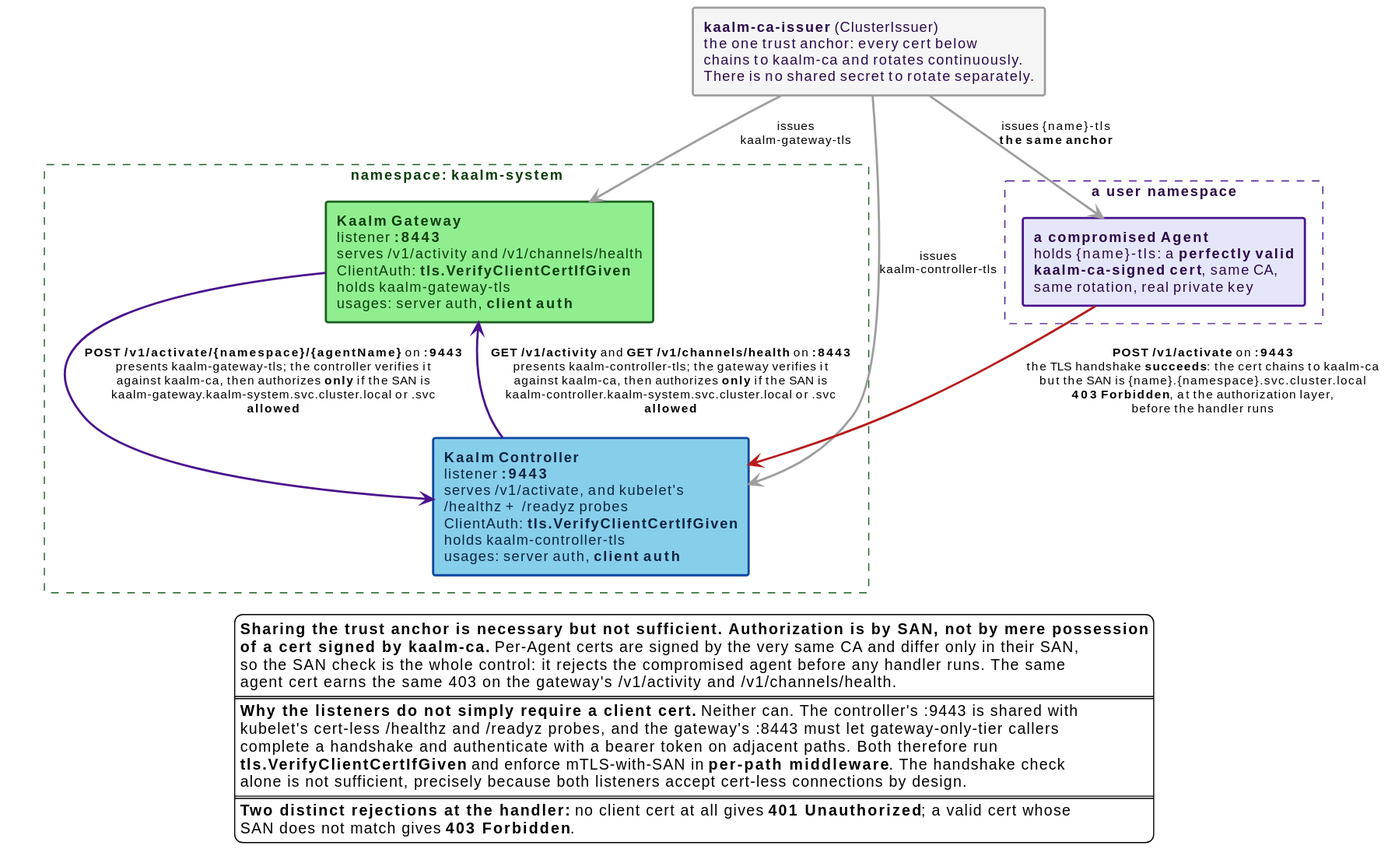
This is docs/src/diagrams/internal-endpoint-san.svg from win07xp/kaalm, a PlantUML export, as it was before one commit. Source of this version:
```plantuml
@startuml
!include _style.puml

skinparam wrapWidth 360
skinparam nodesep 20
skinparam ranksep 40
skinparam rectangle {
  roundCorner 4
}

rectangle "**kaalm-ca-issuer** (ClusterIssuer)\nthe one trust anchor: every cert below\nchains to kaalm-ca and rotates continuously.\nThere is no shared secret to rotate separately." as CA #back:F5F5F5;line:9E9E9E;line.bold;text:2a0a4a

rectangle "namespace: **kaalm-system**" as nssys #line:1B5E20;line.dashed;text:0b3d0b {
  rectangle "**Kaalm Gateway**\nlistener **:8443**\nserves /v1/activity and /v1/channels/health\nClientAuth: **tls.VerifyClientCertIfGiven**\nholds kaalm-gateway-tls\nusages: server auth, **client auth**" as GW #back:90EE90;line:1B5E20;line.bold;text:0b3d0b

  rectangle "**Kaalm Controller**\nlistener **:9443**\nserves /v1/activate, and kubelet's\n/healthz + /readyz probes\nClientAuth: **tls.VerifyClientCertIfGiven**\nholds kaalm-controller-tls\nusages: server auth, **client auth**" as CTRL #back:87CEEB;line:0D47A1;line.bold;text:0a2540
}

rectangle "a user namespace" as nsuser #line:4A148C;line.dashed;text:2a0a4a {
  rectangle "**a compromised Agent**\nholds {name}-tls: a **perfectly valid**\n**kaalm-ca-signed cert**, same CA,\nsame rotation, real private key" as AG #back:E6E6FA;line:4A148C;line.bold;text:2a0a4a
}

CA -[#9E9E9E,bold]-> GW : issues\nkaalm-gateway-tls
CA -[#9E9E9E,bold]-> CTRL : issues\nkaalm-controller-tls
CA -[#9E9E9E,bold]-> AG : issues {name}-tls\n**the same anchor**

GW -[#4A148C,bold]-> CTRL : **POST /v1/activate/{namespace}/{agentName}** on **:9443**\npresents kaalm-gateway-tls; the controller verifies it\nagainst kaalm-ca, then authorizes **only** if the SAN is\nkaalm-gateway.kaalm-system.svc.cluster.local or .svc\n**allowed**

CTRL -[#4A148C,bold]-> GW : **GET /v1/activity** and **GET /v1/channels/health** on **:8443**\npresents kaalm-controller-tls; the gateway verifies it\nagainst kaalm-ca, then authorizes **only** if the SAN is\nkaalm-controller.kaalm-system.svc.cluster.local or .svc\n**allowed**

AG -[#B71C1C,bold]-> CTRL : **POST /v1/activate** on **:9443**\nthe TLS handshake **succeeds**: the cert chains to kaalm-ca\nbut the SAN is {name}.{namespace}.svc.cluster.local\n**403 Forbidden**, at the authorization layer,\nbefore the handler runs

legend bottom
  **Sharing the trust anchor is necessary but not sufficient. Authorization is by SAN, not by mere possession**
  **of a cert signed by kaalm-ca.** Per-Agent certs are signed by the very same CA and differ only in their SAN,
  so the SAN check is the whole control: it rejects the compromised agent before any handler runs. The same
  agent cert earns the same 403 on the gateway's /v1/activity and /v1/channels/health.
  ====
  **Why the listeners do not simply require a client cert.** Neither can. The controller's :9443 is shared with
  kubelet's cert-less /healthz and /readyz probes, and the gateway's :8443 must let gateway-only-tier callers
  complete a handshake and authenticate with a bearer token on adjacent paths. Both therefore run
  **tls.VerifyClientCertIfGiven** and enforce mTLS-with-SAN in **per-path middleware**. The handshake check
  alone is not sufficient, precisely because both listeners accept cert-less connections by design.
  ====
  **Two distinct rejections at the handler:** no client cert at all gives **401 Unauthorized**; a valid cert whose
  SAN does not match gives **403 Forbidden**.
endlegend
@enduml
```
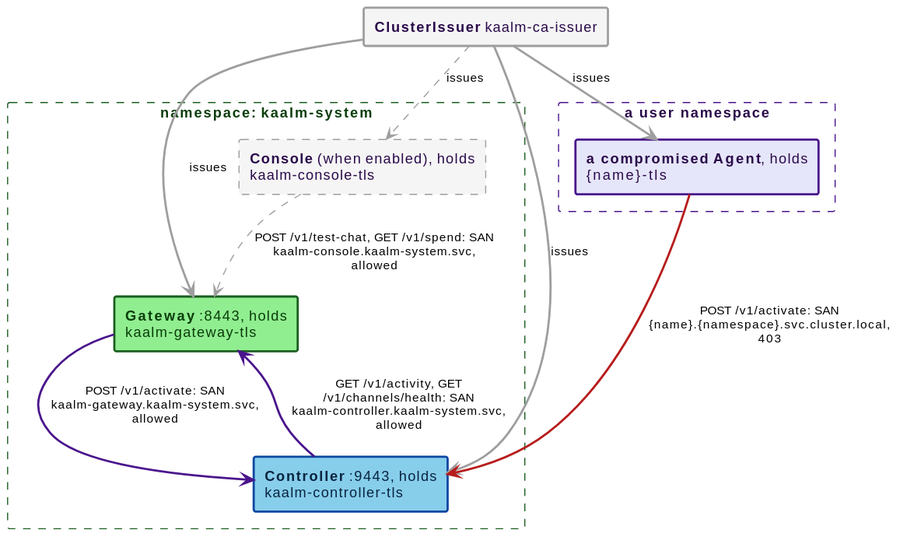
After the change.

What changed in the source:
```diff
@@ -1,48 +1,25 @@
 @startuml
 !include _style.puml
-
-skinparam wrapWidth 360
-skinparam nodesep 20
-skinparam ranksep 40
+skinparam nodesep 24
+skinparam ranksep 44
 skinparam rectangle {
   roundCorner 4
 }
-
-rectangle "**kaalm-ca-issuer** (ClusterIssuer)\nthe one trust anchor: every cert below\nchains to kaalm-ca and rotates continuously.\nThere is no shared secret to rotate separately." as CA #back:F5F5F5;line:9E9E9E;line.bold;text:2a0a4a
-
+rectangle "**ClusterIssuer** kaalm-ca-issuer" as CA #back:F5F5F5;line:9E9E9E;line.bold;text:2a0a4a
 rectangle "namespace: **kaalm-system**" as nssys #line:1B5E20;line.dashed;text:0b3d0b {
-  rectangle "**Kaalm Gateway**\nlistener **:8443**\nserves /v1/activity and /v1/channels/health\nClientAuth: **tls.VerifyClientCertIfGiven**\nholds kaalm-gateway-tls\nusages: server auth, **client auth**" as GW #back:90EE90;line:1B5E20;line.bold;text:0b3d0b
-
-  rectangle "**Kaalm Controller**\nlistener **:9443**\nserves /v1/activate, and kubelet's\n/healthz + /readyz probes\nClientAuth: **tls.VerifyClientCertIfGiven**\nholds kaalm-controller-tls\nusages: server auth, **client auth**" as CTRL #back:87CEEB;line:0D47A1;line.bold;text:0a2540
+  rectangle "**Gateway** :8443, holds kaalm-gateway-tls" as GW #back:90EE90;line:1B5E20;line.bold;text:0b3d0b
+  rectangle "**Controller** :9443, holds kaalm-controller-tls" as CTRL #back:87CEEB;line:0D47A1;line.bold;text:0a2540
+  rectangle "**Console** (when enabled), holds kaalm-console-tls" as CON #back:F5F5F5;line:9E9E9E;line.dashed;text:2a0a4a
 }
-
 rectangle "a user namespace" as nsuser #line:4A148C;line.dashed;text:2a0a4a {
-  rectangle "**a compromised Agent**\nholds {name}-tls: a **perfectly valid**\n**kaalm-ca-signed cert**, same CA,\nsame rotation, real private key" as AG #back:E6E6FA;line:4A148C;line.bold;text:2a0a4a
+  rectangle "**a compromised Agent**, holds {name}-tls" as AG #back:E6E6FA;line:4A148C;line.bold;text:2a0a4a
 }
-
-CA -[#9E9E9E,bold]-> GW : issues\nkaalm-gateway-tls
-CA -[#9E9E9E,bold]-> CTRL : issues\nkaalm-controller-tls
-CA -[#9E9E9E,bold]-> AG : issues {name}-tls\n**the same anchor**
-
-GW -[#4A148C,bold]-> CTRL : **POST /v1/activate/{namespace}/{agentName}** on **:9443**\npresents kaalm-gateway-tls; the controller verifies it\nagainst kaalm-ca, then authorizes **only** if the SAN is\nkaalm-gateway.kaalm-system.svc.cluster.local or .svc\n**allowed**
-
-CTRL -[#4A148C,bold]-> GW : **GET /v1/activity** and **GET /v1/channels/health** on **:8443**\npresents kaalm-controller-tls; the gateway verifies it\nagainst kaalm-ca, then authorizes **only** if the SAN is\nkaalm-controller.kaalm-system.svc.cluster.local or .svc\n**allowed**
-
-AG -[#B71C1C,bold]-> CTRL : **POST /v1/activate** on **:9443**\nthe TLS handshake **succeeds**: the cert chains to kaalm-ca\nbut the SAN is {name}.{namespace}.svc.cluster.local\n**403 Forbidden**, at the authorization layer,\nbefore the handler runs
-
-legend bottom
-  **Sharing the trust anchor is necessary but not sufficient. Authorization is by SAN, not by mere possession**
-  **of a cert signed by kaalm-ca.** Per-Agent certs are signed by the very same CA and differ only in their SAN,
-  so the SAN check is the whole control: it rejects the compromised agent before any handler runs. The same
-  agent cert earns the same 403 on the gateway's /v1/activity and /v1/channels/health.
-  ====
-  **Why the listeners do not simply require a client cert.** Neither can. The controller's :9443 is shared with
-  kubelet's cert-less /healthz and /readyz probes, and the gateway's :8443 must let gateway-only-tier callers
-  complete a handshake and authenticate with a bearer token on adjacent paths. Both therefore run
-  **tls.VerifyClientCertIfGiven** and enforce mTLS-with-SAN in **per-path middleware**. The handshake check
-  alone is not sufficient, precisely because both listeners accept cert-less connections by design.
-  ====
-  **Two distinct rejections at the handler:** no client cert at all gives **401 Unauthorized**; a valid cert whose
-  SAN does not match gives **403 Forbidden**.
-endlegend
+CA -[#9E9E9E,bold]-> GW : issues
+CA -[#9E9E9E,bold]-> CTRL : issues
+CA -[#9E9E9E,dashed]-> CON : issues
+CA -[#9E9E9E,bold]-> AG : issues
+GW -[#4A148C,bold]-> CTRL : POST /v1/activate: SAN kaalm-gateway.kaalm-system.svc, allowed
+CTRL -[#4A148C,bold]-> GW : GET /v1/activity, GET /v1/channels/health: SAN kaalm-controller.kaalm-system.svc, allowed
+CON .[#9E9E9E].> GW : POST /v1/test-chat, GET /v1/spend: SAN kaalm-console.kaalm-system.svc, allowed
+AG -[#B71C1C,bold]-> CTRL : POST /v1/activate: SAN {name}.{namespace}.svc.cluster.local, 403
 @enduml
```
